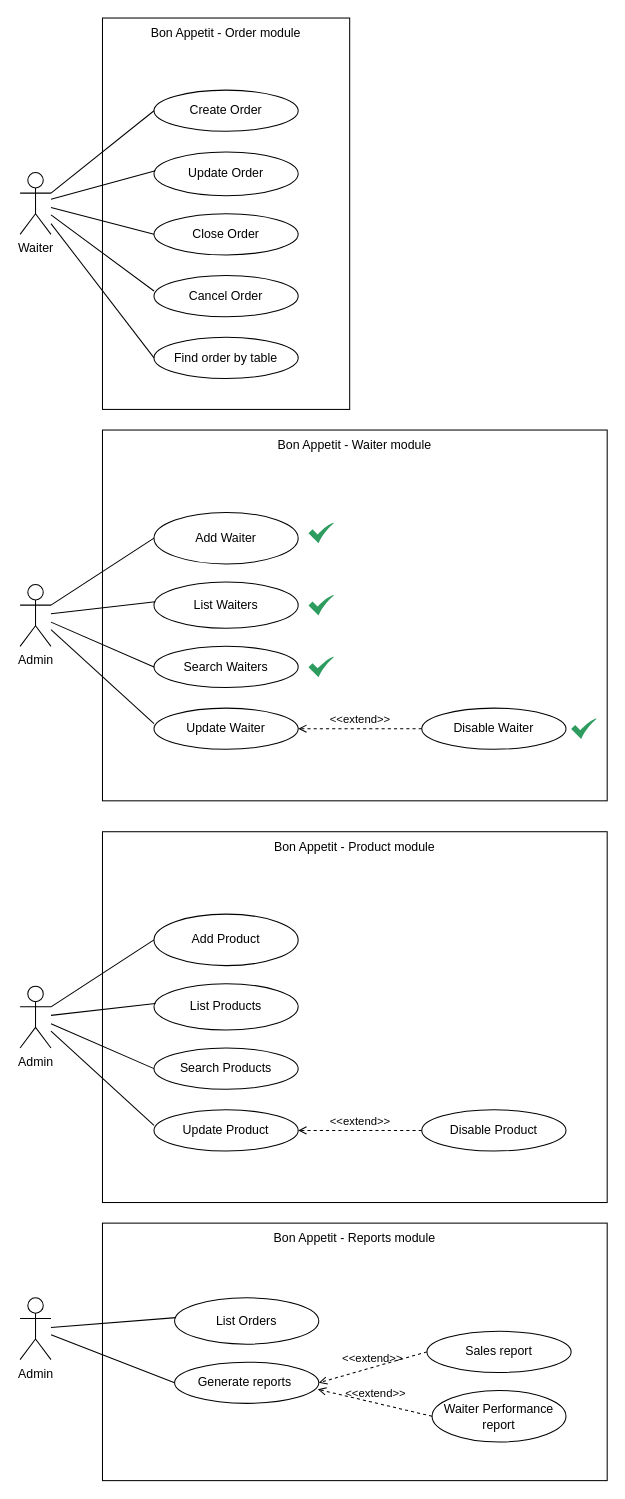
Above: .diagram/use-case-diagram.drawio in prezdev88/bon-appetit-backend (draw.io), before the change. Source tidied: cells renumbered, new cells numbered last; positions are measured from the earlier drawing's top-left corner, leaving out a move shared by most shapes. Both pictures are drawn from the tidied source at 103%, with x=0, y=0 at pixel (20, 18).
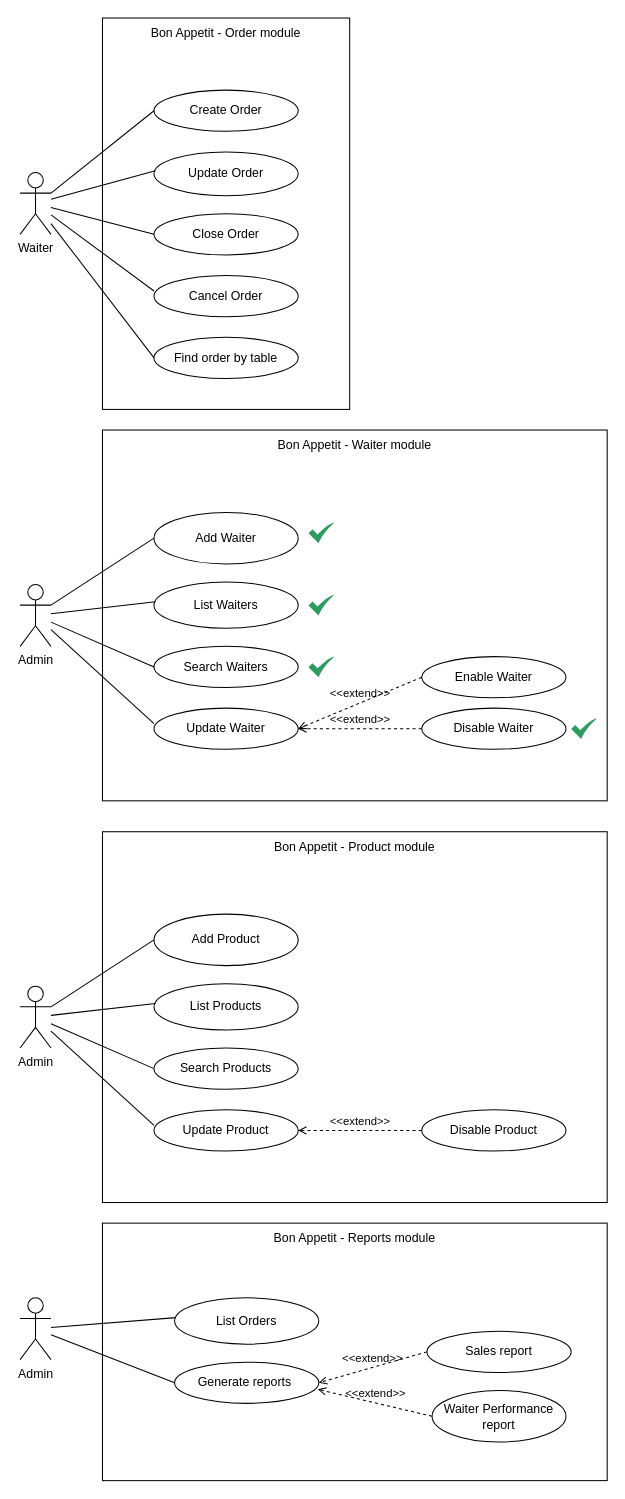
Above is the later version.

Commit message:
feat: add "Enable Waiter" use case to the diagram with extension relationship

The change refers to these unchanged cells:
```xml
<mxCell id="17" value="Update Waiter" style="ellipse;whiteSpace=wrap;html=1;" parent="1" vertex="1">
  <mxGeometry x="130" y="670" width="140" height="40" as="geometry" />
</mxCell>
```

Change to the diagram source:
```diff
@@
+    <mxCell id="56" value="Enable Waiter" style="ellipse;whiteSpace=wrap;html=1;" parent="1" vertex="1">
+      <mxGeometry x="390" y="620" width="140" height="40" as="geometry" />
+    </mxCell>
+    <mxCell id="57" value="&amp;lt;&amp;lt;extend&amp;gt;&amp;gt;" style="html=1;verticalAlign=bottom;labelBackgroundColor=none;endArrow=open;endFill=0;dashed=1;exitX=0;exitY=0.5;exitDx=0;exitDy=0;entryX=1;entryY=0.5;entryDx=0;entryDy=0;" parent="1" edge="1" source="56" target="17">
+      <mxGeometry relative="1" as="geometry" />
+    </mxCell>
```
